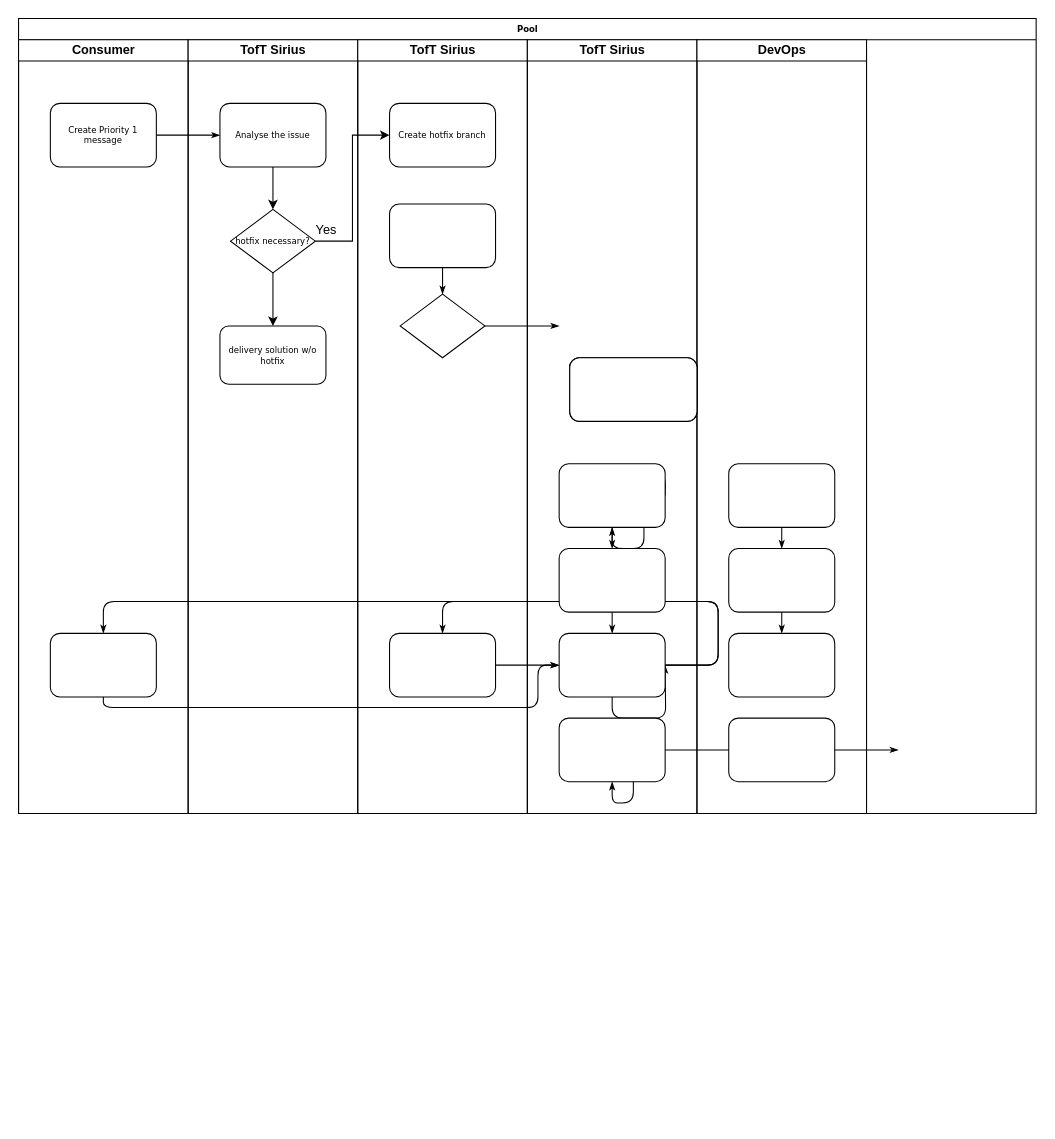
The draw.io diagram Untitled Diagram.drawio in TrevorNodeJS/HelloWorld, before the edit. Source tidied: cells renumbered, new cells numbered last; positions are measured from the earlier drawing's top-left corner, leaving out a move shared by most shapes. Both pictures are drawn from the tidied source at 106%, with x=0, y=0 at pixel (18, 18).
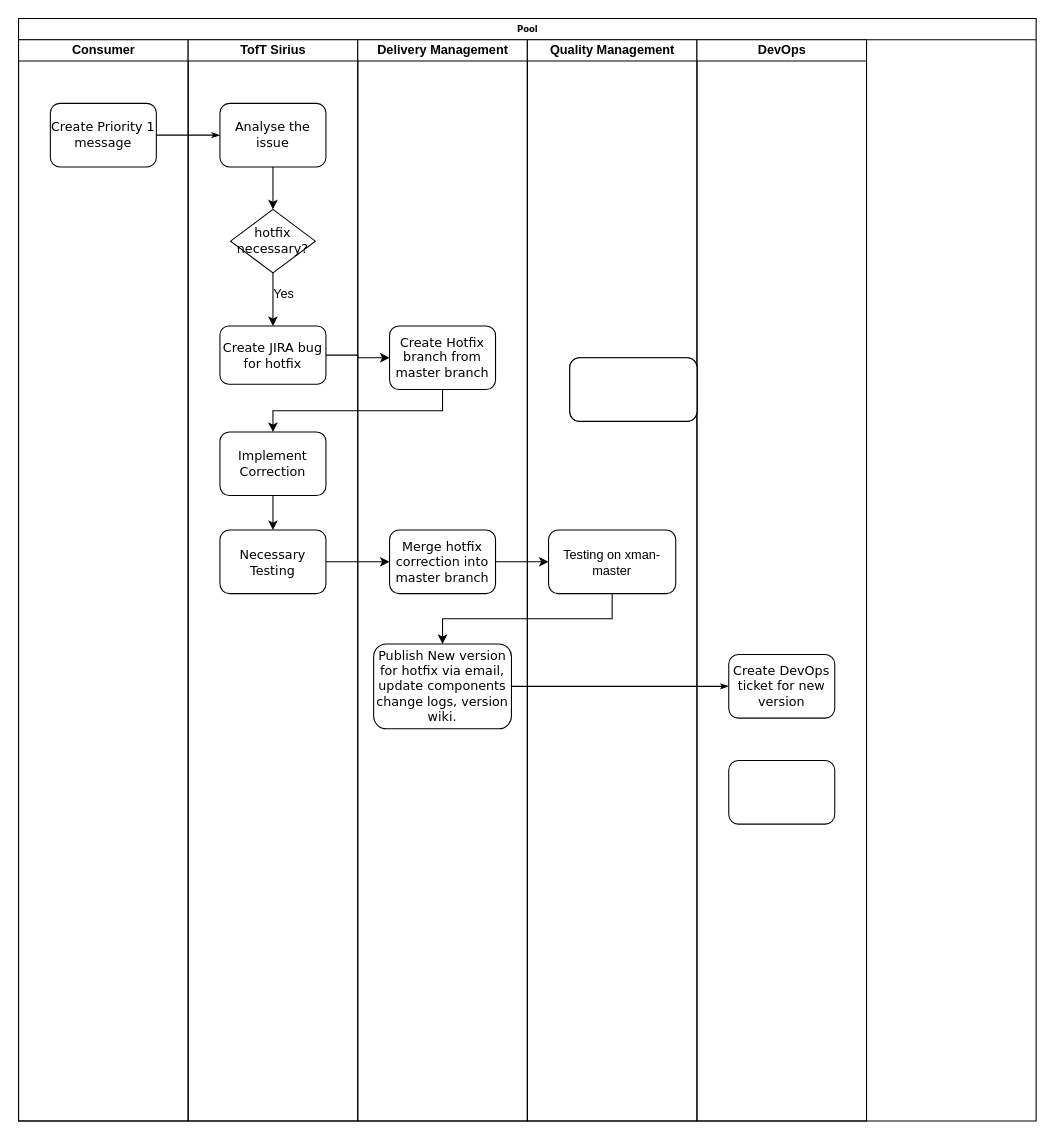
The same page after the edit.

Change to the diagram source:
```diff
@@
     <mxCell id="2" value="Pool" style="swimlane;html=1;startSize=20;rounded=0;shadow=0;labelBackgroundColor=none;strokeWidth=1;fontFamily=Verdana;fontSize=8;align=center;" parent="1" vertex="1">
-      <mxGeometry width="960" height="750" as="geometry" />
+      <mxGeometry width="960" height="1040" as="geometry" />
     </mxCell>
     <mxCell id="3" value="Consumer" style="swimlane;html=1;startSize=20;" parent="2" vertex="1">
-      <mxGeometry y="20" width="160" height="730" as="geometry" />
+      <mxGeometry y="20" width="160" height="1020" as="geometry" />
     </mxCell>
-    <mxCell id="4" value="Create Priority 1 message" style="rounded=1;whiteSpace=wrap;html=1;shadow=0;labelBackgroundColor=none;strokeWidth=1;fontFamily=Verdana;fontSize=8;align=center;" parent="3" vertex="1">
+    <mxCell id="4" value="&lt;font style=&quot;font-size: 12px&quot;&gt;Create Priority 1 message&lt;/font&gt;" style="rounded=1;whiteSpace=wrap;html=1;shadow=0;labelBackgroundColor=none;strokeWidth=1;fontFamily=Verdana;fontSize=8;align=center;" parent="3" vertex="1">
       <mxGeometry x="30" y="60" width="100" height="60" as="geometry" />
     </mxCell>
-    <mxCell id="5" style="rounded=1;whiteSpace=wrap;html=1;shadow=0;labelBackgroundColor=none;strokeWidth=1;fontFamily=Verdana;fontSize=8;align=center;" parent="3" vertex="1">
-      <mxGeometry x="30" y="560" width="100" height="60" as="geometry" />
-    </mxCell>
@@
-    <mxCell id="7" style="edgeStyle=orthogonalEdgeStyle;rounded=1;html=1;labelBackgroundColor=none;startArrow=none;startFill=0;startSize=5;endArrow=classicThin;endFill=1;endSize=5;jettySize=auto;strokeWidth=1;fontFamily=Verdana;fontSize=8;" parent="2" edge="1" source="25">
-      <mxGeometry relative="1" as="geometry">
-        <mxPoint x="510" y="290" as="targetPoint" />
-      </mxGeometry>
-    </mxCell>
-    <mxCell id="8" style="edgeStyle=orthogonalEdgeStyle;rounded=1;html=1;labelBackgroundColor=none;startArrow=none;startFill=0;startSize=5;endArrow=classicThin;endFill=1;endSize=5;jettySize=auto;strokeWidth=1;fontFamily=Verdana;fontSize=8;" parent="2" edge="1" target="34">
-      <mxGeometry relative="1" as="geometry">
-        <mxPoint x="600" y="690" as="sourcePoint" />
-      </mxGeometry>
-    </mxCell>
-    <mxCell id="9" style="edgeStyle=orthogonalEdgeStyle;rounded=1;html=1;labelBackgroundColor=none;startArrow=none;startFill=0;startSize=5;endArrow=classicThin;endFill=1;endSize=5;jettySize=auto;strokeWidth=1;fontFamily=Verdana;fontSize=8;" parent="2" edge="1" source="34">
-      <mxGeometry relative="1" as="geometry">
-        <mxPoint x="830" y="690" as="targetPoint" />
-      </mxGeometry>
-    </mxCell>
-    <mxCell id="10" style="edgeStyle=orthogonalEdgeStyle;rounded=1;html=1;labelBackgroundColor=none;startArrow=none;startFill=0;startSize=5;endArrow=classicThin;endFill=1;endSize=5;jettySize=auto;strokeWidth=1;fontFamily=Verdana;fontSize=8;" parent="2" edge="1" target="31">
-      <mxGeometry relative="1" as="geometry">
-        <mxPoint x="610" y="450" as="sourcePoint" />
-      </mxGeometry>
-    </mxCell>
-    <mxCell id="11" style="edgeStyle=orthogonalEdgeStyle;rounded=1;html=1;labelBackgroundColor=none;startArrow=none;startFill=0;startSize=5;endArrow=classicThin;endFill=1;endSize=5;jettySize=auto;strokeWidth=1;fontFamily=Verdana;fontSize=8;" parent="2" edge="1" source="33" target="26">
-      <mxGeometry relative="1" as="geometry">
-        <Array as="points">
-          <mxPoint x="660" y="610" />
-          <mxPoint x="660" y="550" />
-          <mxPoint x="400" y="550" />
-        </Array>
-      </mxGeometry>
-    </mxCell>
-    <mxCell id="12" style="edgeStyle=orthogonalEdgeStyle;rounded=1;html=1;labelBackgroundColor=none;startArrow=none;startFill=0;startSize=5;endArrow=classicThin;endFill=1;endSize=5;jettySize=auto;strokeColor=#000000;strokeWidth=1;fontFamily=Verdana;fontSize=8;fontColor=#000000;" parent="2" edge="1" source="33">
-      <mxGeometry relative="1" as="geometry">
-        <mxPoint x="610" y="610" as="targetPoint" />
-      </mxGeometry>
-    </mxCell>
-    <mxCell id="13" style="edgeStyle=orthogonalEdgeStyle;rounded=1;html=1;labelBackgroundColor=none;startArrow=none;startFill=0;startSize=5;endArrow=classicThin;endFill=1;endSize=5;jettySize=auto;strokeWidth=1;fontFamily=Verdana;fontSize=8;" parent="2" edge="1" source="33" target="5">
-      <mxGeometry relative="1" as="geometry">
-        <Array as="points">
-          <mxPoint x="660" y="610" />
-          <mxPoint x="660" y="550" />
-          <mxPoint x="80" y="550" />
-        </Array>
-      </mxGeometry>
-    </mxCell>
-    <mxCell id="14" style="edgeStyle=orthogonalEdgeStyle;rounded=1;html=1;labelBackgroundColor=none;startArrow=none;startFill=0;startSize=5;endArrow=classicThin;endFill=1;endSize=5;jettySize=auto;strokeWidth=1;fontFamily=Verdana;fontSize=8;" parent="2" edge="1" source="5">
-      <mxGeometry relative="1" as="geometry">
-        <mxPoint x="510" y="610" as="targetPoint" />
-        <Array as="points">
-          <mxPoint x="80" y="650" />
-          <mxPoint x="490" y="650" />
-          <mxPoint x="490" y="610" />
-        </Array>
-      </mxGeometry>
-    </mxCell>
-    <mxCell id="15" style="edgeStyle=orthogonalEdgeStyle;rounded=1;html=1;labelBackgroundColor=none;startArrow=none;startFill=0;startSize=5;endArrow=classicThin;endFill=1;endSize=5;jettySize=auto;strokeWidth=1;fontFamily=Verdana;fontSize=8;" parent="2" edge="1" source="26">
-      <mxGeometry relative="1" as="geometry">
-        <mxPoint x="510" y="610" as="targetPoint" />
-      </mxGeometry>
+    <mxCell id="15" style="edgeStyle=orthogonalEdgeStyle;rounded=1;html=1;labelBackgroundColor=none;startArrow=none;startFill=0;startSize=5;endArrow=classicThin;endFill=1;endSize=5;jettySize=auto;strokeWidth=1;fontFamily=Verdana;fontSize=8;entryX=0;entryY=0.5;entryDx=0;entryDy=0;" parent="2" edge="1" source="26" target="40">
+      <mxGeometry relative="1" as="geometry" />
     </mxCell>
     <mxCell id="16" value="TofT Sirius" style="swimlane;html=1;startSize=20;" parent="2" vertex="1">
-      <mxGeometry x="160" y="20" width="160" height="730" as="geometry" />
+      <mxGeometry x="160" y="20" width="160" height="1020" as="geometry" />
     </mxCell>
-    <mxCell id="17" value="delivery solution w/o hotfix" style="rounded=1;whiteSpace=wrap;html=1;shadow=0;labelBackgroundColor=none;strokeWidth=1;fontFamily=Verdana;fontSize=8;align=center;" parent="16" vertex="1">
+    <mxCell id="17" value="&lt;font style=&quot;font-size: 12px&quot;&gt;Create JIRA bug for hotfix&lt;/font&gt;" style="rounded=1;whiteSpace=wrap;html=1;shadow=0;labelBackgroundColor=none;strokeWidth=1;fontFamily=Verdana;fontSize=8;align=center;" parent="16" vertex="1">
       <mxGeometry x="30" y="270" width="100" height="55" as="geometry" />
     </mxCell>
@@
-    <mxCell id="19" value="Analyse the issue" style="rounded=1;whiteSpace=wrap;html=1;shadow=0;labelBackgroundColor=none;strokeWidth=1;fontFamily=Verdana;fontSize=8;align=center;" parent="16" vertex="1">
+    <mxCell id="19" value="&lt;font style=&quot;font-size: 12px&quot;&gt;Analyse the issue&lt;/font&gt;" style="rounded=1;whiteSpace=wrap;html=1;shadow=0;labelBackgroundColor=none;strokeWidth=1;fontFamily=Verdana;fontSize=8;align=center;" parent="16" vertex="1">
       <mxGeometry x="30" y="60" width="100" height="60" as="geometry" />
     </mxCell>
@@
-    <mxCell id="21" value="hotfix necessary?" style="rhombus;whiteSpace=wrap;html=1;rounded=0;shadow=0;labelBackgroundColor=none;strokeWidth=1;fontFamily=Verdana;fontSize=8;align=center;" parent="16" vertex="1">
+    <mxCell id="21" value="&lt;font style=&quot;font-size: 12px&quot;&gt;hotfix necessary?&lt;/font&gt;" style="rhombus;whiteSpace=wrap;html=1;rounded=0;shadow=0;labelBackgroundColor=none;strokeWidth=1;fontFamily=Verdana;fontSize=8;align=center;" parent="16" vertex="1">
       <mxGeometry x="40" y="160" width="80" height="60" as="geometry" />
     </mxCell>
     <mxCell id="22" value="Yes" style="text;html=1;align=center;verticalAlign=middle;fillColor=none;strokeColor=none;rounded=0;" parent="16" vertex="1">
-      <mxGeometry x="110" y="170" width="40" height="20" as="geometry" />
+      <mxGeometry x="70" y="230" width="40" height="20" as="geometry" />
     </mxCell>
+    <mxCell id="47" style="edgeStyle=orthogonalEdgeStyle;rounded=0;jettySize=auto;html=1;exitX=0.5;exitY=1;exitDx=0;exitDy=0;entryX=0.5;entryY=0;entryDx=0;entryDy=0;" parent="16" edge="1" source="48" target="49">
+      <mxGeometry relative="1" as="geometry" />
+    </mxCell>
+    <mxCell id="48" value="&lt;font style=&quot;font-size: 12px&quot;&gt;Implement Correction&lt;/font&gt;" style="rounded=1;whiteSpace=wrap;html=1;shadow=0;labelBackgroundColor=none;strokeWidth=1;fontFamily=Verdana;fontSize=8;align=center;" parent="16" vertex="1">
+      <mxGeometry x="30" y="370" width="100" height="60" as="geometry" />
+    </mxCell>
+    <mxCell id="49" value="&lt;font style=&quot;font-size: 12px&quot;&gt;Necessary Testing&lt;/font&gt;" style="rounded=1;whiteSpace=wrap;html=1;shadow=0;labelBackgroundColor=none;strokeWidth=1;fontFamily=Verdana;fontSize=8;align=center;" parent="16" vertex="1">
+      <mxGeometry x="30" y="462.5" width="100" height="60" as="geometry" />
+    </mxCell>
-    <mxCell id="23" value="TofT Sirius" style="swimlane;html=1;startSize=20;" parent="2" vertex="1">
-      <mxGeometry x="320" y="20" width="160" height="730" as="geometry" />
+    <mxCell id="23" value="Delivery Management" style="swimlane;html=1;startSize=20;" parent="2" vertex="1">
+      <mxGeometry x="320" y="20" width="160" height="1020" as="geometry" />
     </mxCell>
-    <mxCell id="24" style="rounded=1;whiteSpace=wrap;html=1;shadow=0;labelBackgroundColor=none;strokeWidth=1;fontFamily=Verdana;fontSize=8;align=center;" parent="23" vertex="1">
-      <mxGeometry x="30" y="155" width="100" height="60" as="geometry" />
+    <mxCell id="24" value="&lt;font style=&quot;font-size: 12px&quot;&gt;Merge hotfix correction into master branch&lt;/font&gt;" style="rounded=1;whiteSpace=wrap;html=1;shadow=0;labelBackgroundColor=none;strokeWidth=1;fontFamily=Verdana;fontSize=8;align=center;" parent="23" vertex="1">
+      <mxGeometry x="30" y="462.5" width="100" height="60" as="geometry" />
     </mxCell>
-    <mxCell id="25" style="rhombus;whiteSpace=wrap;html=1;rounded=0;shadow=0;labelBackgroundColor=none;strokeWidth=1;fontFamily=Verdana;fontSize=8;align=center;" parent="23" vertex="1">
-      <mxGeometry x="40" y="240" width="80" height="60" as="geometry" />
-    </mxCell>
-    <mxCell id="26" style="rounded=1;whiteSpace=wrap;html=1;shadow=0;labelBackgroundColor=none;strokeWidth=1;fontFamily=Verdana;fontSize=8;align=center;" parent="23" vertex="1">
-      <mxGeometry x="30" y="560" width="100" height="60" as="geometry" />
+    <mxCell id="26" value="&lt;font style=&quot;font-size: 12px&quot;&gt;Publish New version for hotfix via email, update components change logs, version wiki.&lt;/font&gt;" style="rounded=1;whiteSpace=wrap;html=1;shadow=0;labelBackgroundColor=none;strokeWidth=1;fontFamily=Verdana;fontSize=8;align=center;" parent="23" vertex="1">
+      <mxGeometry x="15" y="570" width="130" height="80" as="geometry" />
     </mxCell>
-    <mxCell id="27" style="edgeStyle=orthogonalEdgeStyle;rounded=1;html=1;labelBackgroundColor=none;startArrow=none;startFill=0;startSize=5;endArrow=classicThin;endFill=1;endSize=5;jettySize=auto;strokeWidth=1;fontFamily=Verdana;fontSize=8;" parent="23" edge="1" source="24" target="25">
-      <mxGeometry relative="1" as="geometry" />
-    </mxCell>
-    <mxCell id="28" value="Create hotfix branch" style="rounded=1;whiteSpace=wrap;html=1;shadow=0;labelBackgroundColor=none;strokeWidth=1;fontFamily=Verdana;fontSize=8;align=center;" parent="23" vertex="1">
-      <mxGeometry x="30" y="60" width="100" height="60" as="geometry" />
+    <mxCell id="28" value="&lt;font style=&quot;font-size: 12px&quot;&gt;Create Hotfix branch from master branch&lt;/font&gt;" style="rounded=1;whiteSpace=wrap;html=1;shadow=0;labelBackgroundColor=none;strokeWidth=1;fontFamily=Verdana;fontSize=8;align=center;" parent="23" vertex="1">
+      <mxGeometry x="30" y="270" width="100" height="60" as="geometry" />
     </mxCell>
-    <mxCell id="29" style="edgeStyle=orthogonalEdgeStyle;rounded=0;jettySize=auto;html=1;exitX=1;exitY=0.5;exitDx=0;exitDy=0;entryX=0;entryY=0.5;entryDx=0;entryDy=0;" parent="2" edge="1" source="21" target="28">
+    <mxCell id="29" style="edgeStyle=orthogonalEdgeStyle;rounded=0;jettySize=auto;html=1;exitX=1;exitY=0.5;exitDx=0;exitDy=0;entryX=0;entryY=0.5;entryDx=0;entryDy=0;" parent="2" edge="1" source="17" target="28">
       <mxGeometry relative="1" as="geometry" />
     </mxCell>
-    <mxCell id="30" value="TofT Sirius" style="swimlane;html=1;startSize=20;" parent="2" vertex="1">
-      <mxGeometry x="480" y="20" width="160" height="730" as="geometry" />
+    <mxCell id="30" value="Quality Management" style="swimlane;html=1;startSize=20;" parent="2" vertex="1">
+      <mxGeometry x="480" y="20" width="160" height="1020" as="geometry" />
     </mxCell>
-    <mxCell id="31" style="rounded=1;whiteSpace=wrap;html=1;shadow=0;labelBackgroundColor=none;strokeWidth=1;fontFamily=Verdana;fontSize=8;align=center;" parent="30" vertex="1">
-      <mxGeometry x="30" y="400" width="100" height="60" as="geometry" />
-    </mxCell>
-    <mxCell id="32" style="rounded=1;whiteSpace=wrap;html=1;shadow=0;labelBackgroundColor=none;strokeWidth=1;fontFamily=Verdana;fontSize=8;align=center;" parent="30" vertex="1">
-      <mxGeometry x="30" y="480" width="100" height="60" as="geometry" />
-    </mxCell>
-    <mxCell id="33" style="rounded=1;whiteSpace=wrap;html=1;shadow=0;labelBackgroundColor=none;strokeWidth=1;fontFamily=Verdana;fontSize=8;align=center;" parent="30" vertex="1">
-      <mxGeometry x="30" y="560" width="100" height="60" as="geometry" />
-    </mxCell>
-    <mxCell id="34" style="rounded=1;whiteSpace=wrap;html=1;shadow=0;labelBackgroundColor=none;strokeWidth=1;fontFamily=Verdana;fontSize=8;align=center;" parent="30" vertex="1">
-      <mxGeometry x="30" y="640" width="100" height="60" as="geometry" />
-    </mxCell>
-    <mxCell id="35" style="edgeStyle=orthogonalEdgeStyle;rounded=1;html=1;labelBackgroundColor=none;startArrow=none;startFill=0;startSize=5;endArrow=classicThin;endFill=1;endSize=5;jettySize=auto;strokeWidth=1;fontFamily=Verdana;fontSize=8;" parent="30" edge="1" source="31" target="32">
-      <mxGeometry relative="1" as="geometry" />
-    </mxCell>
-    <mxCell id="36" style="edgeStyle=orthogonalEdgeStyle;rounded=1;html=1;labelBackgroundColor=none;startArrow=none;startFill=0;startSize=5;endArrow=classicThin;endFill=1;endSize=5;jettySize=auto;strokeWidth=1;fontFamily=Verdana;fontSize=8;" parent="30" edge="1" source="32" target="33">
-      <mxGeometry relative="1" as="geometry" />
-    </mxCell>
+    <mxCell id="46" value="Testing on xman-master" style="rounded=1;whiteSpace=wrap;html=1;" parent="30" vertex="1">
+      <mxGeometry x="20" y="462.5" width="120" height="60" as="geometry" />
+    </mxCell>
     <mxCell id="37" value="DevOps" style="swimlane;html=1;startSize=20;" parent="2" vertex="1">
-      <mxGeometry x="640" y="20" width="160" height="730" as="geometry" />
+      <mxGeometry x="640" y="20" width="160" height="1020" as="geometry" />
     </mxCell>
-    <mxCell id="38" style="rounded=1;whiteSpace=wrap;html=1;shadow=0;labelBackgroundColor=none;strokeWidth=1;fontFamily=Verdana;fontSize=8;align=center;" parent="37" vertex="1">
-      <mxGeometry x="30" y="400" width="100" height="60" as="geometry" />
-    </mxCell>
-    <mxCell id="39" style="rounded=1;whiteSpace=wrap;html=1;shadow=0;labelBackgroundColor=none;strokeWidth=1;fontFamily=Verdana;fontSize=8;align=center;" parent="37" vertex="1">
-      <mxGeometry x="30" y="480" width="100" height="60" as="geometry" />
-    </mxCell>
-    <mxCell id="40" style="rounded=1;whiteSpace=wrap;html=1;shadow=0;labelBackgroundColor=none;strokeWidth=1;fontFamily=Verdana;fontSize=8;align=center;" parent="37" vertex="1">
-      <mxGeometry x="30" y="560" width="100" height="60" as="geometry" />
+    <mxCell id="40" value="&lt;font style=&quot;font-size: 12px&quot;&gt;Create DevOps ticket for new version&lt;/font&gt;" style="rounded=1;whiteSpace=wrap;html=1;shadow=0;labelBackgroundColor=none;strokeWidth=1;fontFamily=Verdana;fontSize=8;align=center;" parent="37" vertex="1">
+      <mxGeometry x="30" y="580" width="100" height="60" as="geometry" />
     </mxCell>
     <mxCell id="41" style="rounded=1;whiteSpace=wrap;html=1;shadow=0;labelBackgroundColor=none;strokeWidth=1;fontFamily=Verdana;fontSize=8;align=center;" parent="37" vertex="1">
-      <mxGeometry x="30" y="640" width="100" height="60" as="geometry" />
+      <mxGeometry x="30" y="680" width="100" height="60" as="geometry" />
     </mxCell>
-    <mxCell id="42" style="edgeStyle=orthogonalEdgeStyle;rounded=1;html=1;labelBackgroundColor=none;startArrow=none;startFill=0;startSize=5;endArrow=classicThin;endFill=1;endSize=5;jettySize=auto;strokeWidth=1;fontFamily=Verdana;fontSize=8;" parent="37" edge="1" source="38" target="39">
-      <mxGeometry relative="1" as="geometry" />
-    </mxCell>
-    <mxCell id="43" style="edgeStyle=orthogonalEdgeStyle;rounded=1;html=1;labelBackgroundColor=none;startArrow=none;startFill=0;startSize=5;endArrow=classicThin;endFill=1;endSize=5;jettySize=auto;strokeWidth=1;fontFamily=Verdana;fontSize=8;" parent="37" edge="1" source="39" target="40">
-      <mxGeometry relative="1" as="geometry" />
-    </mxCell>
+    <mxCell id="50" style="edgeStyle=orthogonalEdgeStyle;rounded=0;jettySize=auto;html=1;exitX=0.5;exitY=1;exitDx=0;exitDy=0;entryX=0.5;entryY=0;entryDx=0;entryDy=0;" parent="2" edge="1" source="28" target="48">
+      <mxGeometry relative="1" as="geometry" />
+    </mxCell>
+    <mxCell id="51" style="edgeStyle=orthogonalEdgeStyle;rounded=0;jettySize=auto;html=1;exitX=1;exitY=0.5;exitDx=0;exitDy=0;entryX=0;entryY=0.5;entryDx=0;entryDy=0;" parent="2" edge="1" source="49" target="24">
+      <mxGeometry relative="1" as="geometry" />
+    </mxCell>
+    <mxCell id="52" style="edgeStyle=orthogonalEdgeStyle;rounded=0;jettySize=auto;html=1;exitX=1;exitY=0.5;exitDx=0;exitDy=0;entryX=0;entryY=0.5;entryDx=0;entryDy=0;" parent="2" edge="1" source="24" target="46">
+      <mxGeometry relative="1" as="geometry" />
+    </mxCell>
+    <mxCell id="53" style="edgeStyle=orthogonalEdgeStyle;rounded=0;jettySize=auto;html=1;exitX=0.5;exitY=1;exitDx=0;exitDy=0;entryX=0.5;entryY=0;entryDx=0;entryDy=0;" parent="2" edge="1" source="46" target="26">
+      <mxGeometry relative="1" as="geometry" />
+    </mxCell>
@@
-    <mxCell id="46" style="rounded=1;whiteSpace=wrap;html=1;" parent="1" vertex="1">
-      <mxGeometry x="520" y="320" width="120" height="60" as="geometry" />
-    </mxCell>
```
